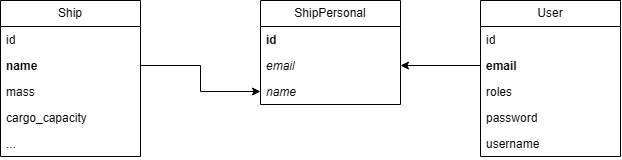
Earlier version of the draw.io export StarHqMcd.drawio.png (Fafacraft/StarHQ). Source tidied: cells renumbered, new cells last; positions are measured from the earlier drawing's top-left corner, leaving out a move shared by most shapes. Its diagram source:
```xml
<mxGraphModel>
  <root>
    <mxCell id="0" />
    <mxCell id="1" parent="0" />
    <mxCell id="2" value="Ship" style="swimlane;fontStyle=0;horizontal=1;startSize=26;fillColor=none;whiteSpace=wrap;html=1;" parent="1" vertex="1">
      <mxGeometry width="140" height="156" as="geometry" />
    </mxCell>
    <mxCell id="3" value="id" style="text;strokeColor=none;fillColor=none;align=left;verticalAlign=top;spacingLeft=4;spacingRight=4;overflow=hidden;whiteSpace=wrap;html=1;" parent="2" vertex="1">
      <mxGeometry y="26" width="140" height="26" as="geometry" />
    </mxCell>
    <mxCell id="4" value="&lt;b&gt;name&lt;/b&gt;" style="text;strokeColor=none;fillColor=none;align=left;verticalAlign=top;spacingLeft=4;spacingRight=4;overflow=hidden;points=[[0,0.5],[1,0.5]];portConstraint=eastwest;whiteSpace=wrap;html=1;" parent="2" vertex="1">
      <mxGeometry y="52" width="140" height="26" as="geometry" />
    </mxCell>
    <mxCell id="5" value="mass" style="text;strokeColor=none;fillColor=none;align=left;verticalAlign=top;spacingLeft=4;spacingRight=4;overflow=hidden;whiteSpace=wrap;html=1;" parent="2" vertex="1">
      <mxGeometry y="78" width="140" height="26" as="geometry" />
    </mxCell>
    <mxCell id="6" value="cargo_capacity" style="text;strokeColor=none;fillColor=none;align=left;verticalAlign=top;spacingLeft=4;spacingRight=4;overflow=hidden;whiteSpace=wrap;html=1;" parent="2" vertex="1">
      <mxGeometry y="104" width="140" height="26" as="geometry" />
    </mxCell>
    <mxCell id="7" value="..." style="text;strokeColor=none;fillColor=none;align=left;verticalAlign=top;spacingLeft=4;spacingRight=4;overflow=hidden;whiteSpace=wrap;html=1;" parent="2" vertex="1">
      <mxGeometry y="130" width="140" height="26" as="geometry" />
    </mxCell>
    <mxCell id="8" value="User" style="swimlane;fontStyle=0;horizontal=1;startSize=26;fillColor=none;whiteSpace=wrap;html=1;" parent="1" vertex="1">
      <mxGeometry x="480" width="140" height="156" as="geometry" />
    </mxCell>
    <mxCell id="9" value="id" style="text;strokeColor=none;fillColor=none;align=left;verticalAlign=top;spacingLeft=4;spacingRight=4;overflow=hidden;whiteSpace=wrap;html=1;" parent="8" vertex="1">
      <mxGeometry y="26" width="140" height="26" as="geometry" />
    </mxCell>
    <mxCell id="10" value="&lt;b&gt;email&lt;/b&gt;" style="text;strokeColor=none;fillColor=none;align=left;verticalAlign=top;spacingLeft=4;spacingRight=4;overflow=hidden;points=[[0,0.5],[1,0.5]];portConstraint=eastwest;whiteSpace=wrap;html=1;" parent="8" vertex="1">
      <mxGeometry y="52" width="140" height="26" as="geometry" />
    </mxCell>
    <mxCell id="11" value="roles" style="text;strokeColor=none;fillColor=none;align=left;verticalAlign=top;spacingLeft=4;spacingRight=4;overflow=hidden;whiteSpace=wrap;html=1;" parent="8" vertex="1">
      <mxGeometry y="78" width="140" height="26" as="geometry" />
    </mxCell>
    <mxCell id="12" value="password" style="text;strokeColor=none;fillColor=none;align=left;verticalAlign=top;spacingLeft=4;spacingRight=4;overflow=hidden;whiteSpace=wrap;html=1;" parent="8" vertex="1">
      <mxGeometry y="104" width="140" height="26" as="geometry" />
    </mxCell>
    <mxCell id="13" value="username" style="text;strokeColor=none;fillColor=none;align=left;verticalAlign=top;spacingLeft=4;spacingRight=4;overflow=hidden;whiteSpace=wrap;html=1;" parent="8" vertex="1">
      <mxGeometry y="130" width="140" height="26" as="geometry" />
    </mxCell>
    <mxCell id="14" value="ShipPersonal" style="swimlane;fontStyle=0;horizontal=1;startSize=26;fillColor=none;whiteSpace=wrap;html=1;" parent="1" vertex="1">
      <mxGeometry x="260" width="140" height="104" as="geometry" />
    </mxCell>
    <mxCell id="15" value="&lt;b&gt;id&lt;/b&gt;" style="text;strokeColor=none;fillColor=none;align=left;verticalAlign=top;spacingLeft=4;spacingRight=4;overflow=hidden;whiteSpace=wrap;html=1;" parent="14" vertex="1">
      <mxGeometry y="26" width="140" height="26" as="geometry" />
    </mxCell>
    <mxCell id="16" value="&lt;i&gt;email&lt;/i&gt;" style="text;strokeColor=none;fillColor=none;align=left;verticalAlign=top;spacingLeft=4;spacingRight=4;overflow=hidden;points=[[0,0.5],[1,0.5]];portConstraint=eastwest;whiteSpace=wrap;html=1;" parent="14" vertex="1">
      <mxGeometry y="52" width="140" height="26" as="geometry" />
    </mxCell>
    <mxCell id="17" value="&lt;i&gt;name&lt;/i&gt;" style="text;strokeColor=none;fillColor=none;align=left;verticalAlign=top;spacingLeft=4;spacingRight=4;overflow=hidden;points=[[0,0.5],[1,0.5]];portConstraint=eastwest;whiteSpace=wrap;html=1;" parent="14" vertex="1">
      <mxGeometry y="78" width="140" height="26" as="geometry" />
    </mxCell>
    <mxCell id="18" style="edgeStyle=orthogonalEdgeStyle;rounded=0;jettySize=auto;html=1;exitX=1;exitY=0.5;exitDx=0;exitDy=0;" parent="1" edge="1" source="4" target="17">
      <mxGeometry relative="1" as="geometry" />
    </mxCell>
    <mxCell id="19" style="edgeStyle=orthogonalEdgeStyle;rounded=0;jettySize=auto;html=1;" parent="1" edge="1" source="10" target="16">
      <mxGeometry relative="1" as="geometry" />
    </mxCell>
  </root>
</mxGraphModel>
```
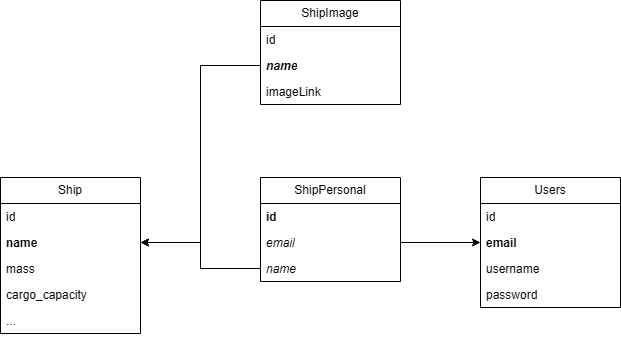
The same file after the commit.

Change to the diagram source:
```diff
@@ -20,8 +20,8 @@
     <mxCell id="7" value="..." style="text;strokeColor=none;fillColor=none;align=left;verticalAlign=top;spacingLeft=4;spacingRight=4;overflow=hidden;whiteSpace=wrap;html=1;" parent="2" vertex="1">
       <mxGeometry y="130" width="140" height="26" as="geometry" />
     </mxCell>
-    <mxCell id="8" value="User" style="swimlane;fontStyle=0;horizontal=1;startSize=26;fillColor=none;whiteSpace=wrap;html=1;" parent="1" vertex="1">
-      <mxGeometry x="480" width="140" height="156" as="geometry" />
+    <mxCell id="8" value="Users" style="swimlane;fontStyle=0;horizontal=1;startSize=26;fillColor=none;whiteSpace=wrap;html=1;" parent="1" vertex="1">
+      <mxGeometry x="480" width="140" height="130" as="geometry" />
     </mxCell>
     <mxCell id="9" value="id" style="text;strokeColor=none;fillColor=none;align=left;verticalAlign=top;spacingLeft=4;spacingRight=4;overflow=hidden;whiteSpace=wrap;html=1;" parent="8" vertex="1">
       <mxGeometry y="26" width="140" height="26" as="geometry" />
@@ -29,15 +29,12 @@
     <mxCell id="10" value="&lt;b&gt;email&lt;/b&gt;" style="text;strokeColor=none;fillColor=none;align=left;verticalAlign=top;spacingLeft=4;spacingRight=4;overflow=hidden;points=[[0,0.5],[1,0.5]];portConstraint=eastwest;whiteSpace=wrap;html=1;" parent="8" vertex="1">
       <mxGeometry y="52" width="140" height="26" as="geometry" />
     </mxCell>
-    <mxCell id="11" value="roles" style="text;strokeColor=none;fillColor=none;align=left;verticalAlign=top;spacingLeft=4;spacingRight=4;overflow=hidden;whiteSpace=wrap;html=1;" parent="8" vertex="1">
-      <mxGeometry y="78" width="140" height="26" as="geometry" />
-    </mxCell>
+    <mxCell id="13" value="username" style="text;strokeColor=none;fillColor=none;align=left;verticalAlign=top;spacingLeft=4;spacingRight=4;overflow=hidden;whiteSpace=wrap;html=1;" parent="8" vertex="1">
+      <mxGeometry y="78" width="140" height="26" as="geometry" />
+    </mxCell>
     <mxCell id="12" value="password" style="text;strokeColor=none;fillColor=none;align=left;verticalAlign=top;spacingLeft=4;spacingRight=4;overflow=hidden;whiteSpace=wrap;html=1;" parent="8" vertex="1">
       <mxGeometry y="104" width="140" height="26" as="geometry" />
     </mxCell>
-    <mxCell id="13" value="username" style="text;strokeColor=none;fillColor=none;align=left;verticalAlign=top;spacingLeft=4;spacingRight=4;overflow=hidden;whiteSpace=wrap;html=1;" parent="8" vertex="1">
-      <mxGeometry y="130" width="140" height="26" as="geometry" />
-    </mxCell>
     <mxCell id="14" value="ShipPersonal" style="swimlane;fontStyle=0;horizontal=1;startSize=26;fillColor=none;whiteSpace=wrap;html=1;" parent="1" vertex="1">
       <mxGeometry x="260" width="140" height="104" as="geometry" />
     </mxCell>
@@ -50,11 +47,26 @@
     <mxCell id="17" value="&lt;i&gt;name&lt;/i&gt;" style="text;strokeColor=none;fillColor=none;align=left;verticalAlign=top;spacingLeft=4;spacingRight=4;overflow=hidden;points=[[0,0.5],[1,0.5]];portConstraint=eastwest;whiteSpace=wrap;html=1;" parent="14" vertex="1">
       <mxGeometry y="78" width="140" height="26" as="geometry" />
     </mxCell>
-    <mxCell id="18" style="edgeStyle=orthogonalEdgeStyle;rounded=0;jettySize=auto;html=1;exitX=1;exitY=0.5;exitDx=0;exitDy=0;" parent="1" edge="1" source="4" target="17">
-      <mxGeometry relative="1" as="geometry" />
-    </mxCell>
-    <mxCell id="19" style="edgeStyle=orthogonalEdgeStyle;rounded=0;jettySize=auto;html=1;" parent="1" edge="1" source="10" target="16">
+    <mxCell id="19" style="edgeStyle=orthogonalEdgeStyle;rounded=0;jettySize=auto;html=1;" parent="1" edge="1" source="16" target="10">
       <mxGeometry relative="1" as="geometry" />
     </mxCell>
+    <mxCell id="20" value="ShipImage" style="swimlane;fontStyle=0;horizontal=1;startSize=26;fillColor=none;whiteSpace=wrap;html=1;" parent="1" vertex="1">
+      <mxGeometry x="260" y="-177" width="140" height="104" as="geometry" />
+    </mxCell>
+    <mxCell id="21" value="id" style="text;strokeColor=none;fillColor=none;align=left;verticalAlign=top;spacingLeft=4;spacingRight=4;overflow=hidden;whiteSpace=wrap;html=1;" parent="20" vertex="1">
+      <mxGeometry y="26" width="140" height="26" as="geometry" />
+    </mxCell>
+    <mxCell id="22" value="&lt;b&gt;&lt;i&gt;name&lt;/i&gt;&lt;/b&gt;" style="text;strokeColor=none;fillColor=none;align=left;verticalAlign=top;spacingLeft=4;spacingRight=4;overflow=hidden;points=[[0,0.5],[1,0.5]];portConstraint=eastwest;whiteSpace=wrap;html=1;" parent="20" vertex="1">
+      <mxGeometry y="52" width="140" height="26" as="geometry" />
+    </mxCell>
+    <mxCell id="23" value="imageLink" style="text;strokeColor=none;fillColor=none;align=left;verticalAlign=top;spacingLeft=4;spacingRight=4;overflow=hidden;whiteSpace=wrap;html=1;" parent="20" vertex="1">
+      <mxGeometry y="78" width="140" height="26" as="geometry" />
+    </mxCell>
+    <mxCell id="24" style="edgeStyle=orthogonalEdgeStyle;rounded=0;jettySize=auto;html=1;exitX=0;exitY=0.5;exitDx=0;exitDy=0;" parent="1" edge="1" source="22" target="4">
+      <mxGeometry relative="1" as="geometry" />
+    </mxCell>
+    <mxCell id="25" style="endArrow=classic;html=1;rounded=0;edgeStyle=orthogonalEdgeStyle;" parent="1" edge="1" source="17" target="4">
+      <mxGeometry relative="1" as="geometry" />
+    </mxCell>
   </root>
 </mxGraphModel>
```
